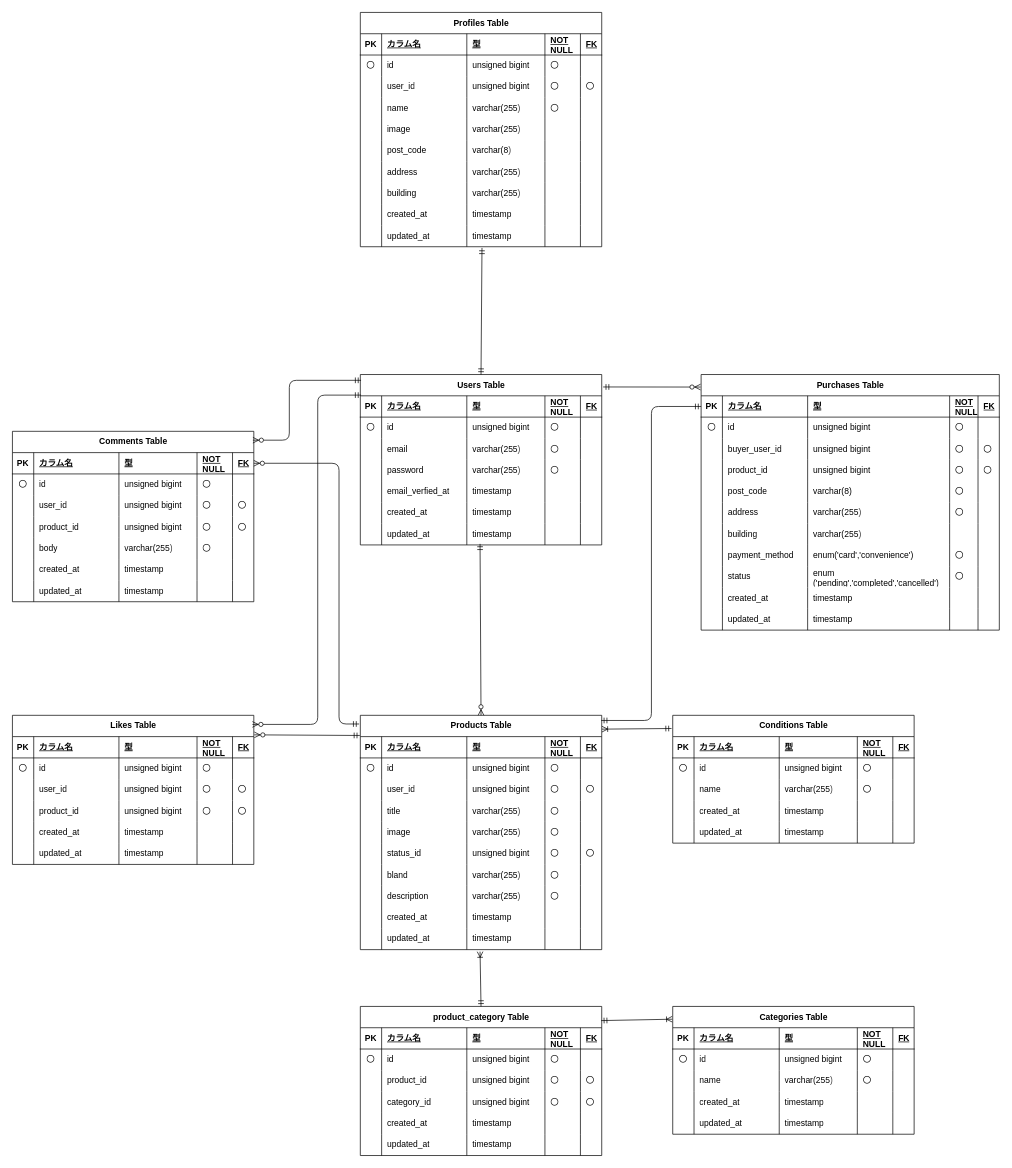
ErikoKikuchi/mock-case1 keeps this draw.io diagram as mock-case1.drawio. Above is the earlier version. Source tidied: cells renumbered, new cells numbered last; positions are measured from the earlier drawing's top-left corner, leaving out a move shared by most shapes. Both pictures are drawn from the tidied source at 71%, with x=0, y=0 at pixel (12, 12).
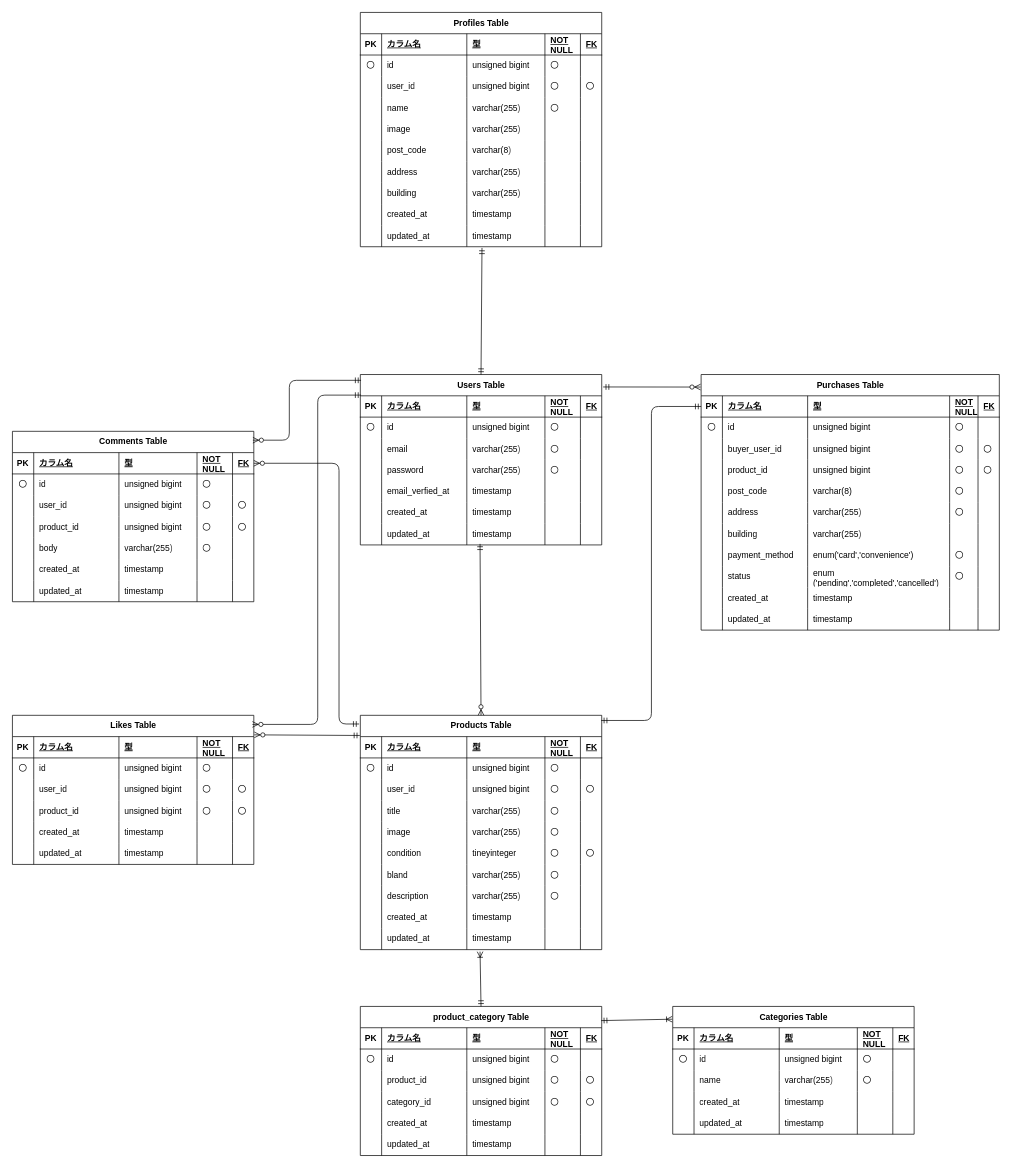
After the change.

Unchanged cells that the change refers to:
```xml
<mxCell id="254" value="Products Table" style="shape=table;startSize=30;childLayout=tableLayout;rowLines=0;fontStyle=1;align=center;html=1;" parent="1" vertex="1">
  <mxGeometry x="490" y="990" width="340" height="330" as="geometry" />
</mxCell>
<mxCell id="285" style="shape=tableRow;horizontal=0;startSize=0;swimlaneHead=0;swimlaneBody=0;fillColor=none;top=0;left=0;right=0;bottom=0;" parent="254" vertex="1">
  <mxGeometry y="180" width="340" height="30" as="geometry" />
</mxCell>
```

What changed in the source:
```diff
@@
-    <mxCell id="33" value="Conditions Table" style="shape=table;startSize=30;childLayout=tableLayout;rowLines=0;fontStyle=1;align=center;html=1;" parent="1" vertex="1">
-      <mxGeometry x="930" y="990" width="340" height="180" as="geometry" />
-    </mxCell>
-    <mxCell id="34" style="shape=tableRow;horizontal=0;startSize=0;swimlaneHead=0;swimlaneBody=0;fillColor=none;top=0;left=0;right=0;bottom=1;" parent="33" vertex="1">
-      <mxGeometry y="30" width="340" height="30" as="geometry" />
-    </mxCell>
-    <mxCell id="35" value="PK" style="shape=partialRectangle;fillColor=none;top=0;left=0;bottom=0;right=0;fontStyle=1;overflow=hidden;whiteSpace=wrap;html=1;" parent="34" vertex="1">
-      <mxGeometry width="30" height="30" as="geometry" />
-    </mxCell>
-    <mxCell id="36" value="カラム名" style="shape=partialRectangle;fillColor=none;top=0;left=0;bottom=0;right=0;align=left;spacingLeft=6;fontStyle=5;overflow=hidden;whiteSpace=wrap;html=1;" parent="34" vertex="1">
-      <mxGeometry x="30" width="120" height="30" as="geometry" />
-    </mxCell>
-    <mxCell id="37" value="型" style="shape=partialRectangle;fillColor=none;top=0;left=0;bottom=0;right=0;align=left;spacingLeft=6;fontStyle=5;overflow=hidden;whiteSpace=wrap;html=1;" parent="34" vertex="1">
-      <mxGeometry x="150" width="110" height="30" as="geometry" />
-    </mxCell>
-    <mxCell id="38" value="NOT NULL" style="shape=partialRectangle;fillColor=none;top=0;left=0;bottom=0;right=0;align=left;spacingLeft=6;fontStyle=5;overflow=hidden;whiteSpace=wrap;html=1;" parent="34" vertex="1">
-      <mxGeometry x="260" width="50" height="30" as="geometry" />
-    </mxCell>
-    <mxCell id="39" value="FK" style="shape=partialRectangle;fillColor=none;top=0;left=0;bottom=0;right=0;align=left;spacingLeft=6;fontStyle=5;overflow=hidden;whiteSpace=wrap;html=1;" parent="34" vertex="1">
-      <mxGeometry x="310" width="30" height="30" as="geometry" />
-    </mxCell>
-    <mxCell id="40" style="shape=tableRow;horizontal=0;startSize=0;swimlaneHead=0;swimlaneBody=0;fillColor=none;top=0;left=0;right=0;bottom=0;" parent="33" vertex="1">
-      <mxGeometry y="60" width="340" height="30" as="geometry" />
-    </mxCell>
-    <mxCell id="41" value="〇" style="shape=partialRectangle;fillColor=none;top=0;left=0;bottom=0;right=0;overflow=hidden;whiteSpace=wrap;html=1;" parent="40" vertex="1">
-      <mxGeometry width="30" height="30" as="geometry" />
-    </mxCell>
-    <mxCell id="42" value="id" style="shape=partialRectangle;fillColor=none;top=0;left=0;bottom=0;right=0;align=left;spacingLeft=6;overflow=hidden;whiteSpace=wrap;html=1;" parent="40" vertex="1">
-      <mxGeometry x="30" width="120" height="30" as="geometry" />
-    </mxCell>
-    <mxCell id="43" value="unsigned bigint" style="shape=partialRectangle;fillColor=none;top=0;left=0;bottom=0;right=0;align=left;spacingLeft=6;overflow=hidden;whiteSpace=wrap;html=1;" parent="40" vertex="1">
-      <mxGeometry x="150" width="110" height="30" as="geometry" />
-    </mxCell>
-    <mxCell id="44" value="〇" style="shape=partialRectangle;fillColor=none;top=0;left=0;bottom=0;right=0;align=left;spacingLeft=6;overflow=hidden;whiteSpace=wrap;html=1;" parent="40" vertex="1">
-      <mxGeometry x="260" width="50" height="30" as="geometry" />
-    </mxCell>
-    <mxCell id="45" style="shape=partialRectangle;fillColor=none;top=0;left=0;bottom=0;right=0;align=left;spacingLeft=6;overflow=hidden;whiteSpace=wrap;html=1;" parent="40" vertex="1">
-      <mxGeometry x="310" width="30" height="30" as="geometry" />
-    </mxCell>
-    <mxCell id="46" style="shape=tableRow;horizontal=0;startSize=0;swimlaneHead=0;swimlaneBody=0;fillColor=none;top=0;left=0;right=0;bottom=0;" parent="33" vertex="1">
-      <mxGeometry y="90" width="340" height="30" as="geometry" />
-    </mxCell>
-    <mxCell id="47" style="shape=partialRectangle;fillColor=none;top=0;left=0;bottom=0;right=0;overflow=hidden;whiteSpace=wrap;html=1;" parent="46" vertex="1">
-      <mxGeometry width="30" height="30" as="geometry" />
-    </mxCell>
-    <mxCell id="48" value="name" style="shape=partialRectangle;fillColor=none;top=0;left=0;bottom=0;right=0;align=left;spacingLeft=6;overflow=hidden;whiteSpace=wrap;html=1;" parent="46" vertex="1">
-      <mxGeometry x="30" width="120" height="30" as="geometry" />
-    </mxCell>
-    <mxCell id="49" value="&lt;span style=&quot;scrollbar-color: rgb(226, 226, 226) rgb(251, 251, 251); color: rgb(0, 0, 0);&quot;&gt;varchar(255&lt;/span&gt;&lt;span style=&quot;scrollbar-color: rgb(226, 226, 226) rgb(251, 251, 251); background-color: transparent; color: rgb(63, 63, 63);&quot;&gt;)&lt;/span&gt;" style="shape=partialRectangle;fillColor=none;top=0;left=0;bottom=0;right=0;align=left;spacingLeft=6;overflow=hidden;whiteSpace=wrap;html=1;" parent="46" vertex="1">
-      <mxGeometry x="150" width="110" height="30" as="geometry" />
-    </mxCell>
-    <mxCell id="50" value="&lt;span style=&quot;color: rgb(0, 0, 0);&quot;&gt;〇&lt;/span&gt;" style="shape=partialRectangle;fillColor=none;top=0;left=0;bottom=0;right=0;align=left;spacingLeft=6;overflow=hidden;whiteSpace=wrap;html=1;" parent="46" vertex="1">
-      <mxGeometry x="260" width="50" height="30" as="geometry" />
-    </mxCell>
-    <mxCell id="51" style="shape=partialRectangle;fillColor=none;top=0;left=0;bottom=0;right=0;align=left;spacingLeft=6;overflow=hidden;whiteSpace=wrap;html=1;" parent="46" vertex="1">
-      <mxGeometry x="310" width="30" height="30" as="geometry" />
-    </mxCell>
-    <mxCell id="52" style="shape=tableRow;horizontal=0;startSize=0;swimlaneHead=0;swimlaneBody=0;fillColor=none;top=0;left=0;right=0;bottom=0;" parent="33" vertex="1">
-      <mxGeometry y="120" width="340" height="30" as="geometry" />
-    </mxCell>
-    <mxCell id="53" style="shape=partialRectangle;fillColor=none;top=0;left=0;bottom=0;right=0;overflow=hidden;whiteSpace=wrap;html=1;" parent="52" vertex="1">
-      <mxGeometry width="30" height="30" as="geometry" />
-    </mxCell>
-    <mxCell id="54" value="&lt;span style=&quot;color: rgb(0, 0, 0);&quot;&gt;created_at&lt;/span&gt;" style="shape=partialRectangle;fillColor=none;top=0;left=0;bottom=0;right=0;align=left;spacingLeft=6;overflow=hidden;whiteSpace=wrap;html=1;" parent="52" vertex="1">
-      <mxGeometry x="30" width="120" height="30" as="geometry" />
-    </mxCell>
-    <mxCell id="55" value="&lt;span style=&quot;color: rgb(0, 0, 0);&quot;&gt;timestamp&lt;/span&gt;" style="shape=partialRectangle;fillColor=none;top=0;left=0;bottom=0;right=0;align=left;spacingLeft=6;overflow=hidden;whiteSpace=wrap;html=1;" parent="52" vertex="1">
-      <mxGeometry x="150" width="110" height="30" as="geometry" />
-    </mxCell>
-    <mxCell id="56" style="shape=partialRectangle;fillColor=none;top=0;left=0;bottom=0;right=0;align=left;spacingLeft=6;overflow=hidden;whiteSpace=wrap;html=1;" parent="52" vertex="1">
-      <mxGeometry x="260" width="50" height="30" as="geometry" />
-    </mxCell>
-    <mxCell id="57" style="shape=partialRectangle;fillColor=none;top=0;left=0;bottom=0;right=0;align=left;spacingLeft=6;overflow=hidden;whiteSpace=wrap;html=1;" parent="52" vertex="1">
-      <mxGeometry x="310" width="30" height="30" as="geometry" />
-    </mxCell>
-    <mxCell id="58" style="shape=tableRow;horizontal=0;startSize=0;swimlaneHead=0;swimlaneBody=0;fillColor=none;top=0;left=0;right=0;bottom=0;" parent="33" vertex="1">
-      <mxGeometry y="150" width="340" height="30" as="geometry" />
-    </mxCell>
-    <mxCell id="59" style="shape=partialRectangle;fillColor=none;top=0;left=0;bottom=0;right=0;overflow=hidden;whiteSpace=wrap;html=1;" parent="58" vertex="1">
-      <mxGeometry width="30" height="30" as="geometry" />
-    </mxCell>
-    <mxCell id="60" value="&lt;span style=&quot;color: rgb(0, 0, 0);&quot;&gt;updated_at&lt;/span&gt;" style="shape=partialRectangle;fillColor=none;top=0;left=0;bottom=0;right=0;align=left;spacingLeft=6;overflow=hidden;whiteSpace=wrap;html=1;" parent="58" vertex="1">
-      <mxGeometry x="30" width="120" height="30" as="geometry" />
-    </mxCell>
-    <mxCell id="61" value="&lt;span style=&quot;color: rgb(0, 0, 0);&quot;&gt;timestamp&lt;/span&gt;" style="shape=partialRectangle;fillColor=none;top=0;left=0;bottom=0;right=0;align=left;spacingLeft=6;overflow=hidden;whiteSpace=wrap;html=1;" parent="58" vertex="1">
-      <mxGeometry x="150" width="110" height="30" as="geometry" />
-    </mxCell>
-    <mxCell id="62" style="shape=partialRectangle;fillColor=none;top=0;left=0;bottom=0;right=0;align=left;spacingLeft=6;overflow=hidden;whiteSpace=wrap;html=1;" parent="58" vertex="1">
-      <mxGeometry x="260" width="50" height="30" as="geometry" />
-    </mxCell>
-    <mxCell id="63" style="shape=partialRectangle;fillColor=none;top=0;left=0;bottom=0;right=0;align=left;spacingLeft=6;overflow=hidden;whiteSpace=wrap;html=1;" parent="58" vertex="1">
-      <mxGeometry x="310" width="30" height="30" as="geometry" />
-    </mxCell>
@@
-    <mxCell id="287" value="status_id" style="shape=partialRectangle;fillColor=none;top=0;left=0;bottom=0;right=0;align=left;spacingLeft=6;overflow=hidden;whiteSpace=wrap;html=1;" parent="285" vertex="1">
+    <mxCell id="287" value="condition" style="shape=partialRectangle;fillColor=none;top=0;left=0;bottom=0;right=0;align=left;spacingLeft=6;overflow=hidden;whiteSpace=wrap;html=1;" parent="285" vertex="1">
       <mxGeometry x="30" width="120" height="30" as="geometry" />
     </mxCell>
-    <mxCell id="288" value="&lt;span style=&quot;color: rgb(0, 0, 0);&quot;&gt;unsigned bigint&lt;/span&gt;" style="shape=partialRectangle;fillColor=none;top=0;left=0;bottom=0;right=0;align=left;spacingLeft=6;overflow=hidden;whiteSpace=wrap;html=1;" parent="285" vertex="1">
+    <mxCell id="288" value="tineyinteger" style="shape=partialRectangle;fillColor=none;top=0;left=0;bottom=0;right=0;align=left;spacingLeft=6;overflow=hidden;whiteSpace=wrap;html=1;" parent="285" vertex="1">
       <mxGeometry x="150" width="110" height="30" as="geometry" />
     </mxCell>
@@
-    <mxCell id="422" style="fontSize=12;html=1;endArrow=ERoneToMany;startArrow=ERmandOne;exitX=-0.005;exitY=0.103;exitDx=0;exitDy=0;entryX=1.001;entryY=0.059;entryDx=0;entryDy=0;entryPerimeter=0;exitPerimeter=0;" parent="1" edge="1" source="33" target="254">
-      <mxGeometry relative="1" as="geometry" />
-    </mxCell>
```
